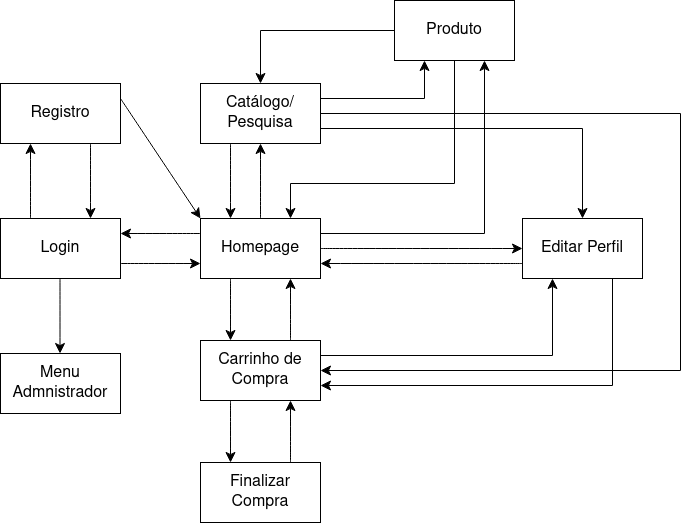
Earlier version of the draw.io export NavigationDiagram.png (MurilloMMartins/ProjetoWeb). Source tidied: cells renumbered, new cells last; positions are measured from the earlier drawing's top-left corner, leaving out a move shared by most shapes. The source it was exported from:
```xml
<mxGraphModel>
  <root>
    <mxCell id="0" />
    <mxCell id="1" parent="0" />
    <mxCell id="2" style="edgeStyle=none;curved=1;rounded=0;jettySize=auto;html=1;exitX=0;exitY=0.25;exitDx=0;exitDy=0;entryX=1;entryY=0.25;entryDx=0;entryDy=0;fontSize=12;startSize=8;endSize=8;" parent="1" edge="1" source="7" target="10">
      <mxGeometry relative="1" as="geometry" />
    </mxCell>
    <mxCell id="3" style="edgeStyle=none;curved=1;rounded=0;jettySize=auto;html=1;exitX=0.25;exitY=1;exitDx=0;exitDy=0;entryX=0.25;entryY=0;entryDx=0;entryDy=0;fontSize=12;startSize=8;endSize=8;" parent="1" edge="1" source="7" target="17">
      <mxGeometry relative="1" as="geometry" />
    </mxCell>
    <mxCell id="4" style="edgeStyle=none;curved=1;rounded=0;jettySize=auto;html=1;exitX=1;exitY=0.5;exitDx=0;exitDy=0;entryX=0;entryY=0.5;entryDx=0;entryDy=0;fontSize=12;startSize=8;endSize=8;" parent="1" edge="1" source="7" target="20">
      <mxGeometry relative="1" as="geometry" />
    </mxCell>
    <mxCell id="5" style="edgeStyle=orthogonalEdgeStyle;rounded=0;jettySize=auto;html=1;exitX=1;exitY=0.25;exitDx=0;exitDy=0;entryX=0.75;entryY=1;entryDx=0;entryDy=0;fontSize=12;startSize=8;endSize=8;" parent="1" edge="1" source="7" target="32">
      <mxGeometry relative="1" as="geometry" />
    </mxCell>
    <mxCell id="6" style="edgeStyle=none;curved=1;rounded=0;jettySize=auto;html=1;exitX=0.5;exitY=0;exitDx=0;exitDy=0;entryX=0.5;entryY=1;entryDx=0;entryDy=0;fontSize=12;startSize=8;endSize=8;" parent="1" edge="1" source="7" target="29">
      <mxGeometry relative="1" as="geometry" />
    </mxCell>
    <mxCell id="7" value="Homepage" style="rounded=0;whiteSpace=wrap;html=1;fontSize=16;" parent="1" vertex="1">
      <mxGeometry x="200" y="218" width="120" height="60" as="geometry" />
    </mxCell>
    <mxCell id="8" style="edgeStyle=none;curved=1;rounded=0;jettySize=auto;html=1;exitX=1;exitY=0.75;exitDx=0;exitDy=0;entryX=0;entryY=0.75;entryDx=0;entryDy=0;fontSize=12;startSize=8;endSize=8;" parent="1" edge="1" source="10" target="7">
      <mxGeometry relative="1" as="geometry" />
    </mxCell>
    <mxCell id="9" style="edgeStyle=none;jettySize=auto;html=1;exitX=0.25;exitY=0;exitDx=0;exitDy=0;entryX=0.25;entryY=1;entryDx=0;entryDy=0;fontSize=12;startSize=8;endSize=8;strokeColor=default;curved=1;" parent="1" edge="1" source="10" target="13">
      <mxGeometry relative="1" as="geometry" />
    </mxCell>
    <mxCell id="10" value="&lt;div&gt;Login&lt;br&gt;&lt;/div&gt;" style="rounded=0;whiteSpace=wrap;html=1;fontSize=16;" parent="1" vertex="1">
      <mxGeometry y="218" width="120" height="60" as="geometry" />
    </mxCell>
    <mxCell id="11" style="edgeStyle=none;curved=1;rounded=0;jettySize=auto;html=1;exitX=0.75;exitY=1;exitDx=0;exitDy=0;entryX=0.75;entryY=0;entryDx=0;entryDy=0;fontSize=12;startSize=8;endSize=8;" parent="1" edge="1" source="13" target="10">
      <mxGeometry relative="1" as="geometry" />
    </mxCell>
    <mxCell id="12" style="edgeStyle=none;curved=1;rounded=0;jettySize=auto;html=1;exitX=1;exitY=0.25;exitDx=0;exitDy=0;entryX=0;entryY=0;entryDx=0;entryDy=0;fontSize=12;startSize=8;endSize=8;" parent="1" edge="1" source="13" target="7">
      <mxGeometry relative="1" as="geometry" />
    </mxCell>
    <mxCell id="13" value="Registro" style="rounded=0;whiteSpace=wrap;html=1;fontSize=16;glass=0;" parent="1" vertex="1">
      <mxGeometry y="83" width="120" height="60" as="geometry" />
    </mxCell>
    <mxCell id="14" style="edgeStyle=none;curved=1;rounded=0;jettySize=auto;html=1;exitX=0.75;exitY=0;exitDx=0;exitDy=0;entryX=0.75;entryY=1;entryDx=0;entryDy=0;fontSize=12;startSize=8;endSize=8;" parent="1" edge="1" source="17" target="7">
      <mxGeometry relative="1" as="geometry" />
    </mxCell>
    <mxCell id="15" style="edgeStyle=orthogonalEdgeStyle;rounded=0;jettySize=auto;html=1;exitX=1;exitY=0.25;exitDx=0;exitDy=0;entryX=0.25;entryY=1;entryDx=0;entryDy=0;fontSize=12;startSize=8;endSize=8;" parent="1" edge="1" source="17" target="20">
      <mxGeometry relative="1" as="geometry" />
    </mxCell>
    <mxCell id="16" style="edgeStyle=none;curved=1;rounded=0;jettySize=auto;html=1;exitX=0.25;exitY=1;exitDx=0;exitDy=0;entryX=0.25;entryY=0;entryDx=0;entryDy=0;fontSize=12;startSize=8;endSize=8;" parent="1" edge="1" source="17" target="22">
      <mxGeometry relative="1" as="geometry" />
    </mxCell>
    <mxCell id="17" value="Carrinho de Compra" style="rounded=0;whiteSpace=wrap;html=1;fontSize=16;" parent="1" vertex="1">
      <mxGeometry x="200" y="340" width="120" height="60" as="geometry" />
    </mxCell>
    <mxCell id="18" style="edgeStyle=none;curved=1;rounded=0;jettySize=auto;html=1;exitX=0;exitY=0.75;exitDx=0;exitDy=0;entryX=1;entryY=0.75;entryDx=0;entryDy=0;fontSize=12;startSize=8;endSize=8;" parent="1" edge="1" source="20" target="7">
      <mxGeometry relative="1" as="geometry" />
    </mxCell>
    <mxCell id="19" style="edgeStyle=orthogonalEdgeStyle;rounded=0;jettySize=auto;html=1;exitX=0.75;exitY=1;exitDx=0;exitDy=0;entryX=1;entryY=0.75;entryDx=0;entryDy=0;fontSize=12;startSize=8;endSize=8;" parent="1" edge="1" source="20" target="17">
      <mxGeometry relative="1" as="geometry" />
    </mxCell>
    <mxCell id="20" value="&lt;div&gt;Editar Perfil&lt;/div&gt;" style="rounded=0;whiteSpace=wrap;html=1;fontSize=16;" parent="1" vertex="1">
      <mxGeometry x="522" y="218" width="120" height="60" as="geometry" />
    </mxCell>
    <mxCell id="21" style="edgeStyle=none;curved=1;rounded=0;jettySize=auto;html=1;exitX=0.75;exitY=0;exitDx=0;exitDy=0;entryX=0.75;entryY=1;entryDx=0;entryDy=0;fontSize=12;startSize=8;endSize=8;" parent="1" edge="1" source="22" target="17">
      <mxGeometry relative="1" as="geometry" />
    </mxCell>
    <mxCell id="22" value="&lt;div&gt;Finalizar Compra&lt;/div&gt;" style="rounded=0;whiteSpace=wrap;html=1;fontSize=16;" parent="1" vertex="1">
      <mxGeometry x="200" y="462" width="120" height="60" as="geometry" />
    </mxCell>
    <mxCell id="23" value="&lt;div&gt;Menu Admnistrador&lt;br&gt;&lt;/div&gt;" style="rounded=0;whiteSpace=wrap;html=1;fontSize=16;" parent="1" vertex="1">
      <mxGeometry y="353" width="120" height="60" as="geometry" />
    </mxCell>
    <mxCell id="24" style="edgeStyle=none;curved=1;rounded=0;orthogonalLoop=1;jettySize=auto;html=1;exitX=0.75;exitY=1;exitDx=0;exitDy=0;entryX=0.75;entryY=0;entryDx=0;entryDy=0;fontSize=12;startSize=8;endSize=8;" parent="1" edge="1">
      <mxGeometry relative="1" as="geometry">
        <mxPoint x="59.5" y="278" as="sourcePoint" />
        <mxPoint x="59.5" y="353" as="targetPoint" />
      </mxGeometry>
    </mxCell>
    <mxCell id="25" style="edgeStyle=none;curved=1;rounded=0;jettySize=auto;html=1;exitX=0.25;exitY=1;exitDx=0;exitDy=0;entryX=0.25;entryY=0;entryDx=0;entryDy=0;fontSize=12;startSize=8;endSize=8;" parent="1" edge="1" source="29" target="7">
      <mxGeometry relative="1" as="geometry" />
    </mxCell>
    <mxCell id="26" style="edgeStyle=orthogonalEdgeStyle;rounded=0;jettySize=auto;html=1;exitX=1;exitY=0.5;exitDx=0;exitDy=0;fontSize=12;startSize=8;endSize=8;entryX=1;entryY=0.5;entryDx=0;entryDy=0;" parent="1" edge="1" source="29" target="17">
      <mxGeometry relative="1" as="geometry">
        <Array as="points">
          <mxPoint x="680" y="113" />
          <mxPoint x="680" y="370" />
        </Array>
      </mxGeometry>
    </mxCell>
    <mxCell id="27" style="edgeStyle=orthogonalEdgeStyle;rounded=0;jettySize=auto;html=1;exitX=1;exitY=0.75;exitDx=0;exitDy=0;entryX=0.5;entryY=0;entryDx=0;entryDy=0;fontSize=12;startSize=8;endSize=8;" parent="1" edge="1" source="29" target="20">
      <mxGeometry relative="1" as="geometry" />
    </mxCell>
    <mxCell id="28" style="edgeStyle=orthogonalEdgeStyle;rounded=0;jettySize=auto;html=1;exitX=1;exitY=0.25;exitDx=0;exitDy=0;entryX=0.25;entryY=1;entryDx=0;entryDy=0;fontSize=12;startSize=8;endSize=8;" parent="1" edge="1" source="29" target="32">
      <mxGeometry relative="1" as="geometry" />
    </mxCell>
    <mxCell id="29" value="Catálogo/ Pesquisa" style="rounded=0;whiteSpace=wrap;html=1;fontSize=16;" parent="1" vertex="1">
      <mxGeometry x="200" y="83" width="120" height="60" as="geometry" />
    </mxCell>
    <mxCell id="30" style="edgeStyle=orthogonalEdgeStyle;rounded=0;jettySize=auto;html=1;exitX=0;exitY=0.5;exitDx=0;exitDy=0;entryX=0.5;entryY=0;entryDx=0;entryDy=0;fontSize=12;startSize=8;endSize=8;" parent="1" edge="1" source="32" target="29">
      <mxGeometry relative="1" as="geometry" />
    </mxCell>
    <mxCell id="31" style="edgeStyle=orthogonalEdgeStyle;rounded=0;jettySize=auto;html=1;exitX=0.5;exitY=1;exitDx=0;exitDy=0;entryX=0.75;entryY=0;entryDx=0;entryDy=0;fontSize=12;startSize=8;endSize=8;" parent="1" edge="1" source="32" target="7">
      <mxGeometry relative="1" as="geometry">
        <Array as="points">
          <mxPoint x="454" y="183" />
          <mxPoint x="290" y="183" />
        </Array>
      </mxGeometry>
    </mxCell>
    <mxCell id="32" value="Produto" style="rounded=0;whiteSpace=wrap;html=1;fontSize=16;" parent="1" vertex="1">
      <mxGeometry x="394" width="120" height="60" as="geometry" />
    </mxCell>
  </root>
</mxGraphModel>
```
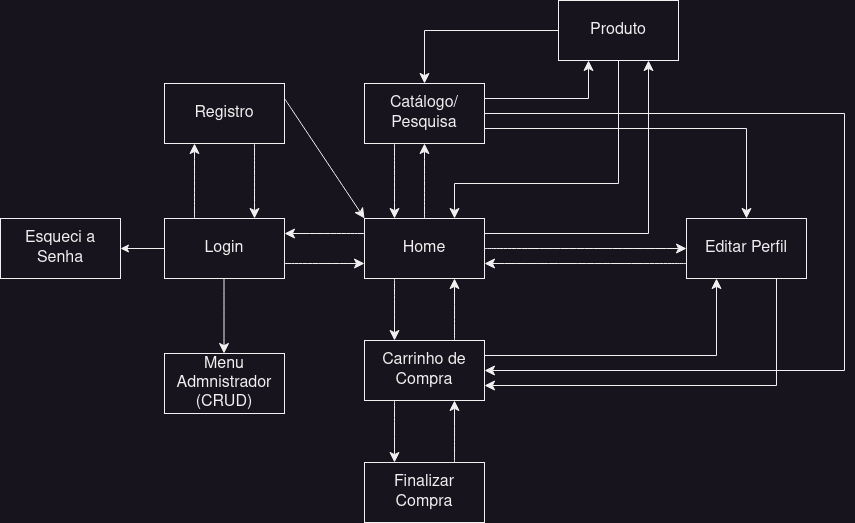
Later version of the same file.

Commit message:
Updated Navigation Diagram

Change to the diagram source:
```diff
@@ -17,7 +17,7 @@
     <mxCell id="6" style="edgeStyle=none;curved=1;rounded=0;jettySize=auto;html=1;exitX=0.5;exitY=0;exitDx=0;exitDy=0;entryX=0.5;entryY=1;entryDx=0;entryDy=0;fontSize=12;startSize=8;endSize=8;" parent="1" edge="1" source="7" target="29">
       <mxGeometry relative="1" as="geometry" />
     </mxCell>
-    <mxCell id="7" value="Homepage" style="rounded=0;whiteSpace=wrap;html=1;fontSize=16;" parent="1" vertex="1">
+    <mxCell id="7" value="Home" style="rounded=0;whiteSpace=wrap;html=1;fontSize=16;" parent="1" vertex="1">
       <mxGeometry x="200" y="218" width="120" height="60" as="geometry" />
     </mxCell>
     <mxCell id="8" style="edgeStyle=none;curved=1;rounded=0;jettySize=auto;html=1;exitX=1;exitY=0.75;exitDx=0;exitDy=0;entryX=0;entryY=0.75;entryDx=0;entryDy=0;fontSize=12;startSize=8;endSize=8;" parent="1" edge="1" source="10" target="7">
@@ -26,6 +26,9 @@
     <mxCell id="9" style="edgeStyle=none;jettySize=auto;html=1;exitX=0.25;exitY=0;exitDx=0;exitDy=0;entryX=0.25;entryY=1;entryDx=0;entryDy=0;fontSize=12;startSize=8;endSize=8;strokeColor=default;curved=1;" parent="1" edge="1" source="10" target="13">
       <mxGeometry relative="1" as="geometry" />
     </mxCell>
+    <mxCell id="33" style="edgeStyle=orthogonalEdgeStyle;rounded=0;jettySize=auto;html=1;entryX=1;entryY=0.5;entryDx=0;entryDy=0;" parent="1" edge="1" source="10" target="34">
+      <mxGeometry relative="1" as="geometry" />
+    </mxCell>
     <mxCell id="10" value="&lt;div&gt;Login&lt;br&gt;&lt;/div&gt;" style="rounded=0;whiteSpace=wrap;html=1;fontSize=16;" parent="1" vertex="1">
       <mxGeometry y="218" width="120" height="60" as="geometry" />
     </mxCell>
@@ -65,7 +68,7 @@
     <mxCell id="22" value="&lt;div&gt;Finalizar Compra&lt;/div&gt;" style="rounded=0;whiteSpace=wrap;html=1;fontSize=16;" parent="1" vertex="1">
       <mxGeometry x="200" y="462" width="120" height="60" as="geometry" />
     </mxCell>
-    <mxCell id="23" value="&lt;div&gt;Menu Admnistrador&lt;br&gt;&lt;/div&gt;" style="rounded=0;whiteSpace=wrap;html=1;fontSize=16;" parent="1" vertex="1">
+    <mxCell id="23" value="&lt;div&gt;Menu Admnistrador (CRUD)&lt;br&gt;&lt;/div&gt;" style="rounded=0;whiteSpace=wrap;html=1;fontSize=16;" parent="1" vertex="1">
       <mxGeometry y="353" width="120" height="60" as="geometry" />
     </mxCell>
     <mxCell id="24" style="edgeStyle=none;curved=1;rounded=0;orthogonalLoop=1;jettySize=auto;html=1;exitX=0.75;exitY=1;exitDx=0;exitDy=0;entryX=0.75;entryY=0;entryDx=0;entryDy=0;fontSize=12;startSize=8;endSize=8;" parent="1" edge="1">
@@ -108,5 +111,8 @@
     <mxCell id="32" value="Produto" style="rounded=0;whiteSpace=wrap;html=1;fontSize=16;" parent="1" vertex="1">
       <mxGeometry x="394" width="120" height="60" as="geometry" />
     </mxCell>
+    <mxCell id="34" value="Esqueci a Senha" style="rounded=0;whiteSpace=wrap;html=1;fontSize=16;" parent="1" vertex="1">
+      <mxGeometry x="-164" y="218" width="120" height="60" as="geometry" />
+    </mxCell>
   </root>
 </mxGraphModel>
```
